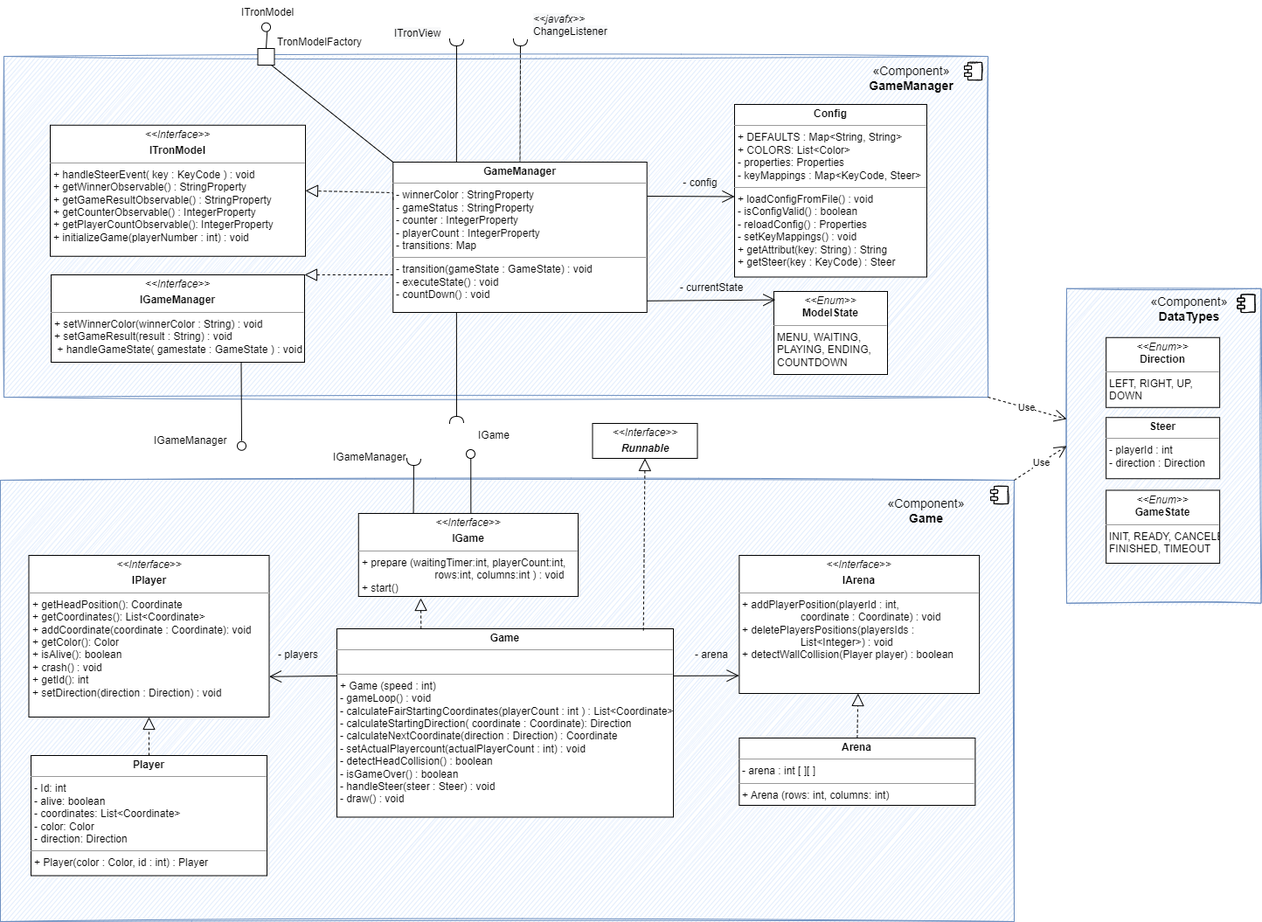
sckoenig/Distributed-Tron keeps this draw.io diagram as Dokumentation/App/diagrams/bs_layer3_model.png. Above is the earlier version. Source tidied: cells renumbered, new cells last; positions are measured from the earlier drawing's top-left corner, leaving out a move shared by most shapes.
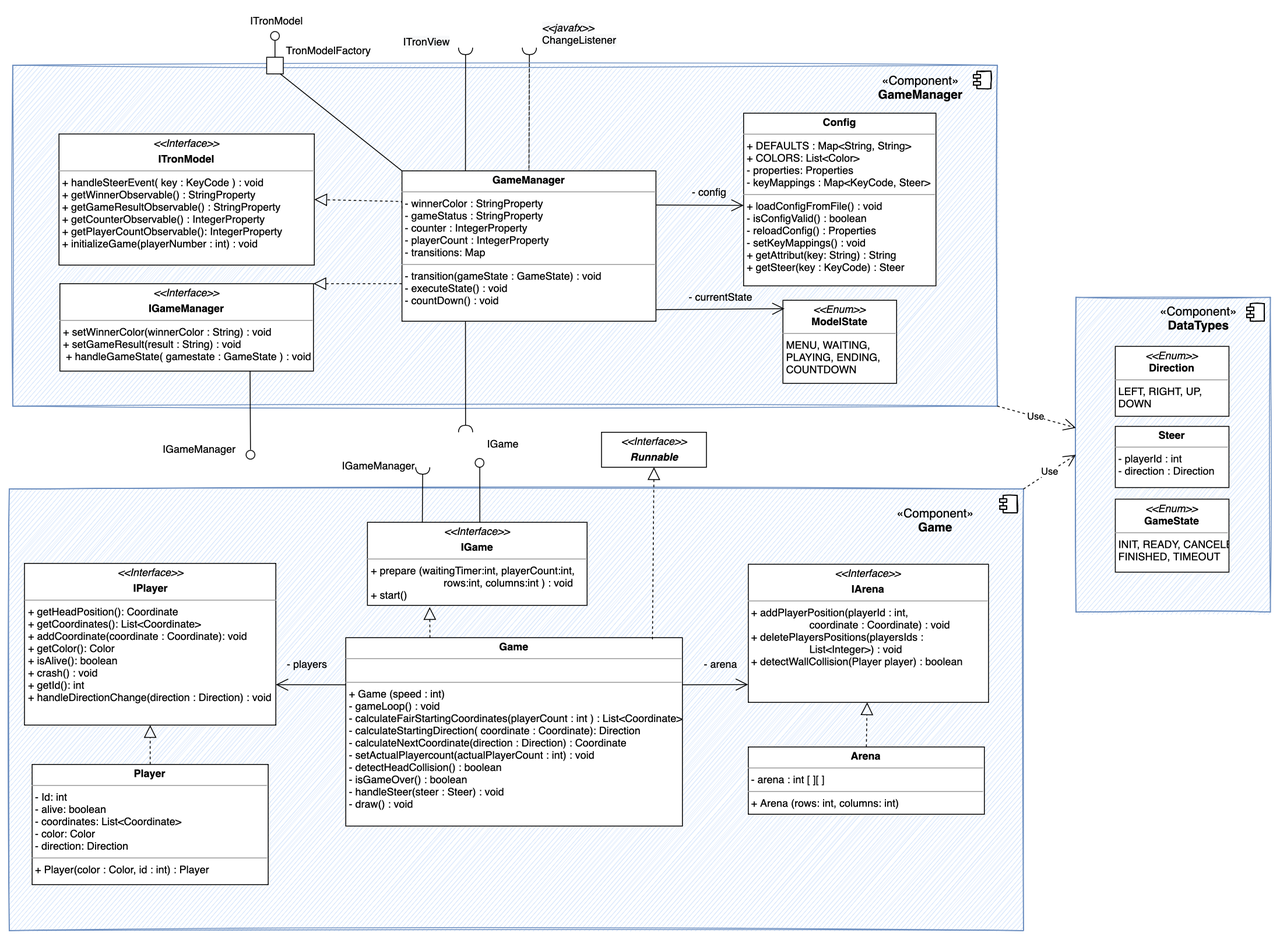
After the commit.

Change to the diagram source:
```diff
@@ -89,7 +89,7 @@
       <mxGeometry x="174" y="489.8" width="70" height="40" as="geometry" />
     </mxCell>
     <mxCell id="26" value="&lt;p style=&quot;margin:0px;margin-top:4px;text-align:center;&quot;&gt;&lt;b&gt;Player&lt;/b&gt;&lt;/p&gt;&lt;hr size=&quot;1&quot;&gt;&lt;p style=&quot;margin:0px;margin-left:4px;&quot;&gt;- Id: int&lt;br style=&quot;padding: 0px; margin: 0px;&quot;&gt;- alive: boolean&lt;br style=&quot;padding: 0px; margin: 0px;&quot;&gt;- coordinates: List&amp;lt;Coordinate&amp;gt;&lt;br style=&quot;padding: 0px; margin: 0px;&quot;&gt;- color: Color&lt;br style=&quot;padding: 0px; margin: 0px;&quot;&gt;- direction: Direction&lt;br&gt;&lt;/p&gt;&lt;hr size=&quot;1&quot;&gt;&lt;p style=&quot;margin:0px;margin-left:4px;&quot;&gt;+ Player(color : Color, id : int&lt;span style=&quot;background-color: initial;&quot;&gt;) : Player&lt;/span&gt;&lt;br&gt;&lt;/p&gt;" style="verticalAlign=top;align=left;overflow=fill;fontSize=12;fontFamily=Helvetica;html=1;sketch=0;fillColor=default;" parent="1" vertex="1">
-      <mxGeometry x="35" y="864" width="270" height="137.5" as="geometry" />
+      <mxGeometry x="26.2" y="864" width="270" height="137.5" as="geometry" />
     </mxCell>
     <mxCell id="27" value="&lt;p style=&quot;margin:0px;margin-top:4px;text-align:center;&quot;&gt;&lt;b&gt;Arena&lt;/b&gt;&lt;/p&gt;&lt;hr size=&quot;1&quot;&gt;&lt;p style=&quot;margin:0px;margin-left:4px;&quot;&gt;- arena : int [ ][ ]&lt;/p&gt;&lt;hr size=&quot;1&quot;&gt;&lt;p style=&quot;margin:0px;margin-left:4px;&quot;&gt;+ Arena (rows: int, columns: int)&lt;br&gt;&lt;/p&gt;&lt;div style=&quot;padding: 0px; margin: 0px;&quot;&gt;&lt;br style=&quot;padding: 0px; margin: 0px;&quot;&gt;&lt;/div&gt;&lt;div style=&quot;padding: 0px; margin: 0px;&quot;&gt;&lt;br style=&quot;padding: 0px; margin: 0px;&quot;&gt;&lt;/div&gt;" style="verticalAlign=top;align=left;overflow=fill;fontSize=12;fontFamily=Helvetica;html=1;sketch=0;fillColor=default;" parent="1" vertex="1">
       <mxGeometry x="845.4" y="844" width="270" height="77" as="geometry" />
@@ -97,8 +97,8 @@
     <mxCell id="28" value="&lt;p style=&quot;margin:0px;margin-top:4px;text-align:center;&quot;&gt;&lt;b&gt;Game&lt;/b&gt;&lt;/p&gt;&lt;hr size=&quot;1&quot;&gt;&lt;p style=&quot;margin:0px;margin-left:4px;&quot;&gt;&lt;font style=&quot;font-size: 12px;&quot;&gt;&lt;br&gt;&lt;/font&gt;&lt;/p&gt;&lt;hr size=&quot;1&quot;&gt;&lt;p style=&quot;margin: 0px 0px 0px 4px;&quot;&gt;+ Game (speed : int)&lt;/p&gt;&lt;p style=&quot;margin:0px;margin-left:4px;&quot;&gt;- gameLoop() : void&lt;br style=&quot;padding: 0px; margin: 0px;&quot;&gt;- calculateFairStartingCoordinates(playerCount : int ) : List&amp;lt;Coordinate&amp;gt;&lt;/p&gt;&lt;p style=&quot;margin:0px;margin-left:4px;&quot;&gt;- calculateStartingDirection( coordinate : Coordinate): Direction&lt;/p&gt;&lt;p style=&quot;margin:0px;margin-left:4px;&quot;&gt;- calculateNextCoordinate(direction : Direction) : Coordinate&lt;br style=&quot;padding: 0px; margin: 0px;&quot;&gt;- setActualPlayercount(actualPlayerCount : int) : void&lt;br style=&quot;padding: 0px; margin: 0px;&quot;&gt;- detectHeadCollision() : boolean&lt;br style=&quot;padding: 0px; margin: 0px;&quot;&gt;- isGameOver() : boolean&lt;br style=&quot;padding: 0px; margin: 0px;&quot;&gt;- handleSteer(steer : Steer) : void&lt;br style=&quot;padding: 0px; margin: 0px;&quot;&gt;- draw() : void&lt;br&gt;&lt;/p&gt;&lt;p style=&quot;margin:0px;margin-left:4px;&quot;&gt;&lt;br&gt;&lt;/p&gt;&lt;div style=&quot;padding: 0px; margin: 0px;&quot;&gt;&lt;br style=&quot;padding: 0px; margin: 0px;&quot;&gt;&lt;/div&gt;" style="verticalAlign=top;align=left;overflow=fill;fontSize=12;fontFamily=Helvetica;html=1;sketch=0;fillColor=default;" parent="1" vertex="1">
       <mxGeometry x="385" y="719" width="385" height="215.5" as="geometry" />
     </mxCell>
-    <mxCell id="29" value="&lt;p style=&quot;margin:0px;margin-top:4px;text-align:center;&quot;&gt;&lt;i&gt;&amp;lt;&amp;lt;Interface&lt;/i&gt;&lt;i style=&quot;background-color: initial;&quot;&gt;&amp;gt;&amp;gt;&lt;/i&gt;&lt;/p&gt;&lt;p style=&quot;margin:0px;margin-top:4px;text-align:center;&quot;&gt;&lt;b&gt;IPlayer&lt;/b&gt;&lt;/p&gt;&lt;hr size=&quot;1&quot;&gt;&lt;p style=&quot;margin: 0px 0px 0px 4px;&quot;&gt;+ getHeadPosition(): Coordinate&lt;br style=&quot;padding: 0px; margin: 0px;&quot;&gt;+ getCoordinates(): List&amp;lt;Coordinate&amp;gt;&lt;br style=&quot;padding: 0px; margin: 0px;&quot;&gt;+ addCoordinate(coordinate : Coordinate): void&lt;br style=&quot;padding: 0px; margin: 0px;&quot;&gt;+ getColor(): Color&lt;br style=&quot;padding: 0px; margin: 0px;&quot;&gt;+ isAlive(): boolean&lt;br style=&quot;padding: 0px; margin: 0px;&quot;&gt;+ crash() : void&lt;br style=&quot;padding: 0px; margin: 0px;&quot;&gt;+ getId(): int&lt;br style=&quot;padding: 0px; margin: 0px;&quot;&gt;+ setDirection(direction : Direction) : void&lt;/p&gt;" style="verticalAlign=top;align=left;overflow=fill;fontSize=12;fontFamily=Helvetica;html=1;" parent="1" vertex="1">
-      <mxGeometry x="32.5" y="635" width="275" height="185" as="geometry" />
+    <mxCell id="29" value="&lt;p style=&quot;margin:0px;margin-top:4px;text-align:center;&quot;&gt;&lt;i&gt;&amp;lt;&amp;lt;Interface&lt;/i&gt;&lt;i style=&quot;background-color: initial;&quot;&gt;&amp;gt;&amp;gt;&lt;/i&gt;&lt;/p&gt;&lt;p style=&quot;margin:0px;margin-top:4px;text-align:center;&quot;&gt;&lt;b&gt;IPlayer&lt;/b&gt;&lt;/p&gt;&lt;hr size=&quot;1&quot;&gt;&lt;p style=&quot;margin: 0px 0px 0px 4px;&quot;&gt;+ getHeadPosition(): Coordinate&lt;br style=&quot;padding: 0px; margin: 0px;&quot;&gt;+ getCoordinates(): List&amp;lt;Coordinate&amp;gt;&lt;br style=&quot;padding: 0px; margin: 0px;&quot;&gt;+ addCoordinate(coordinate : Coordinate): void&lt;br style=&quot;padding: 0px; margin: 0px;&quot;&gt;+ getColor(): Color&lt;br style=&quot;padding: 0px; margin: 0px;&quot;&gt;+ isAlive(): boolean&lt;br style=&quot;padding: 0px; margin: 0px;&quot;&gt;+ crash() : void&lt;br style=&quot;padding: 0px; margin: 0px;&quot;&gt;+ getId(): int&lt;br style=&quot;padding: 0px; margin: 0px;&quot;&gt;+ handleDirectionChange(direction : Direction) : void&lt;/p&gt;&lt;p style=&quot;margin: 0px 0px 0px 4px;&quot;&gt;&lt;br&gt;&lt;/p&gt;" style="verticalAlign=top;align=left;overflow=fill;fontSize=12;fontFamily=Helvetica;html=1;" parent="1" vertex="1">
+      <mxGeometry x="17.5" y="634" width="287.5" height="185" as="geometry" />
     </mxCell>
     <mxCell id="30" value="&lt;p style=&quot;margin:0px;margin-top:4px;text-align:center;&quot;&gt;&lt;i&gt;&amp;lt;&amp;lt;Interface&lt;/i&gt;&lt;i style=&quot;background-color: initial;&quot;&gt;&amp;gt;&amp;gt;&lt;/i&gt;&lt;/p&gt;&lt;p style=&quot;margin:0px;margin-top:4px;text-align:center;&quot;&gt;&lt;b&gt;IArena&lt;/b&gt;&lt;/p&gt;&lt;hr size=&quot;1&quot;&gt;&lt;p style=&quot;margin: 0px 0px 0px 4px;&quot;&gt;+ addPlayerPosition(playerId : int,&lt;br style=&quot;padding: 0px; margin: 0px;&quot;&gt;&amp;nbsp; &amp;nbsp; &amp;nbsp; &amp;nbsp; &amp;nbsp; &amp;nbsp; &amp;nbsp; &amp;nbsp; &amp;nbsp; &amp;nbsp; coordinate : Coordinate) : void&lt;br style=&quot;padding: 0px; margin: 0px;&quot;&gt;+ deletePlayersPositions(playersIds :&amp;nbsp;&lt;/p&gt;&lt;p style=&quot;margin: 0px 0px 0px 4px;&quot;&gt;&amp;nbsp; &amp;nbsp; &amp;nbsp; &amp;nbsp; &amp;nbsp; &amp;nbsp; &amp;nbsp; &amp;nbsp; &amp;nbsp; &amp;nbsp; List&amp;lt;Integer&amp;gt;) : void&lt;br style=&quot;padding: 0px; margin: 0px;&quot;&gt;+ detectWallCollision(Player player) : boolean&lt;/p&gt;" style="verticalAlign=top;align=left;overflow=fill;fontSize=12;fontFamily=Helvetica;html=1;" parent="1" vertex="1">
       <mxGeometry x="845.4" y="635" width="274.8" height="158" as="geometry" />
```
